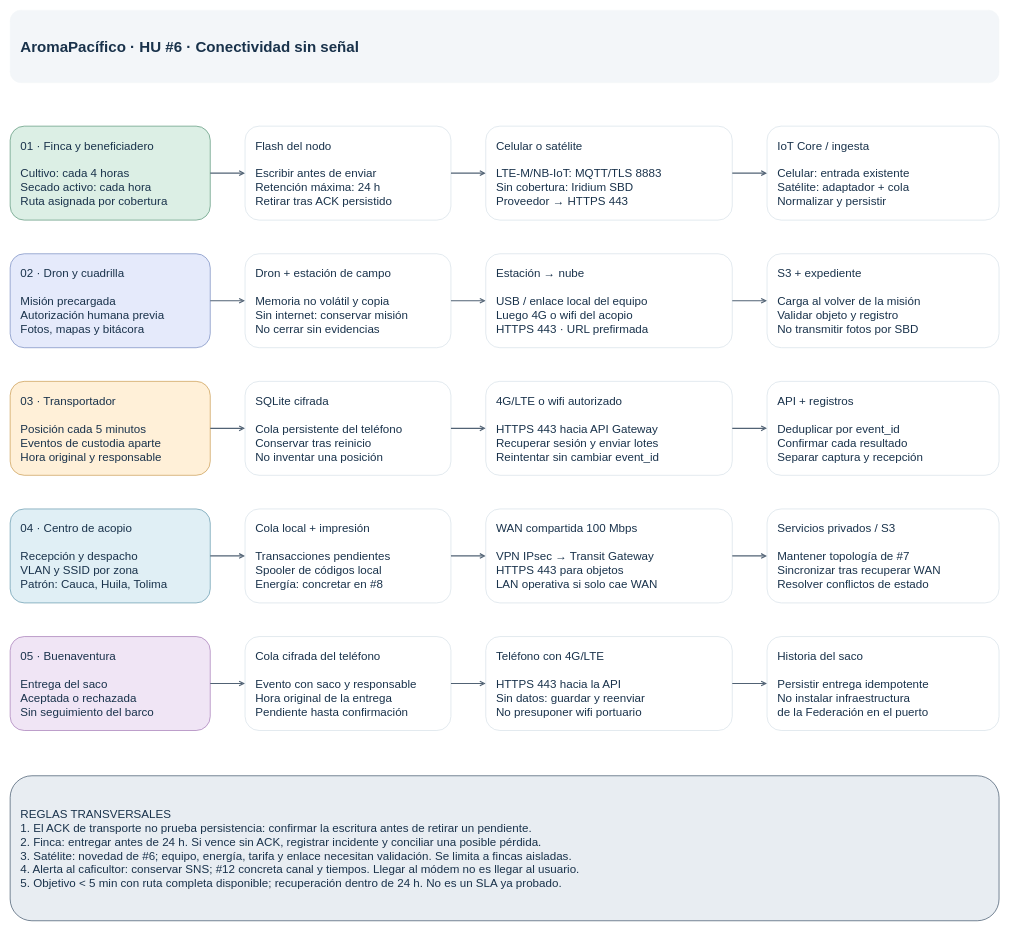
Above: docs/architecture/diagrams/conectividad-sin-senal.drawio in aromapacifico-platform/planning (draw.io), before the change. Source tidied: cells renumbered, new cells numbered last; positions are measured from the earlier drawing's top-left corner, leaving out a move shared by most shapes. Both pictures are drawn from the tidied source at 58%, with x=0, y=0 at pixel (10, 10).
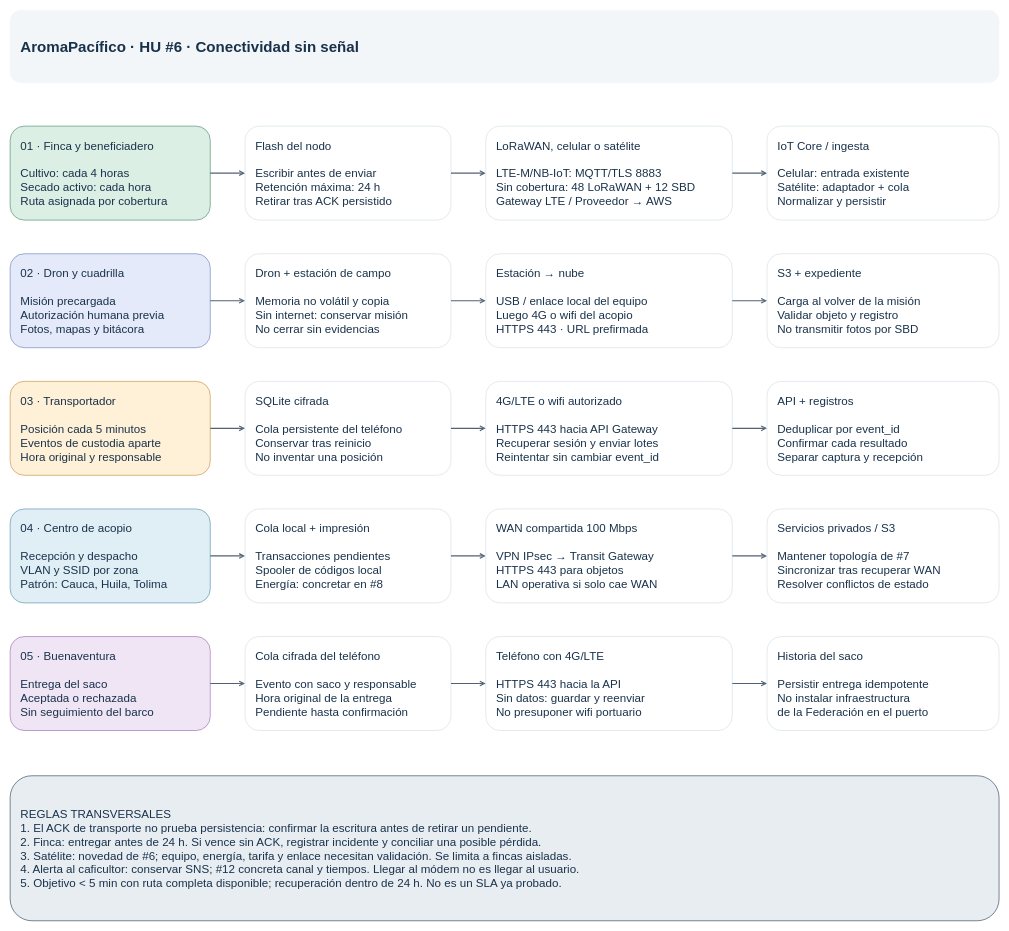
Above is the later version.

Diff of the diagram source:
```diff
@@
-    <mxCell id="7" value="Celular o satélite&#10;&#10;LTE-M/NB-IoT: MQTT/TLS 8883&#10;Sin cobertura: Iridium SBD&#10;Proveedor → HTTPS 443" style="rounded=1;whiteSpace=wrap;html=0;fillColor=#ffffff;strokeColor=#cfdae3;fontColor=#19324b;fontSize=20;fontStyle=0;align=left;verticalAlign=middle;spacing=18;" parent="1" vertex="1">
+    <mxCell id="7" value="LoRaWAN, celular o satélite&#10;&#10;LTE-M/NB-IoT: MQTT/TLS 8883&#10;Sin cobertura: 48 LoRaWAN + 12 SBD&#10;Gateway LTE / Proveedor → AWS" style="rounded=1;whiteSpace=wrap;html=0;fillColor=#ffffff;strokeColor=#cfdae3;fontColor=#19324b;fontSize=20;fontStyle=0;align=left;verticalAlign=middle;spacing=18;" parent="1" vertex="1">
       <mxGeometry x="820" y="200" width="425" height="162" as="geometry" />
     </mxCell>
```
